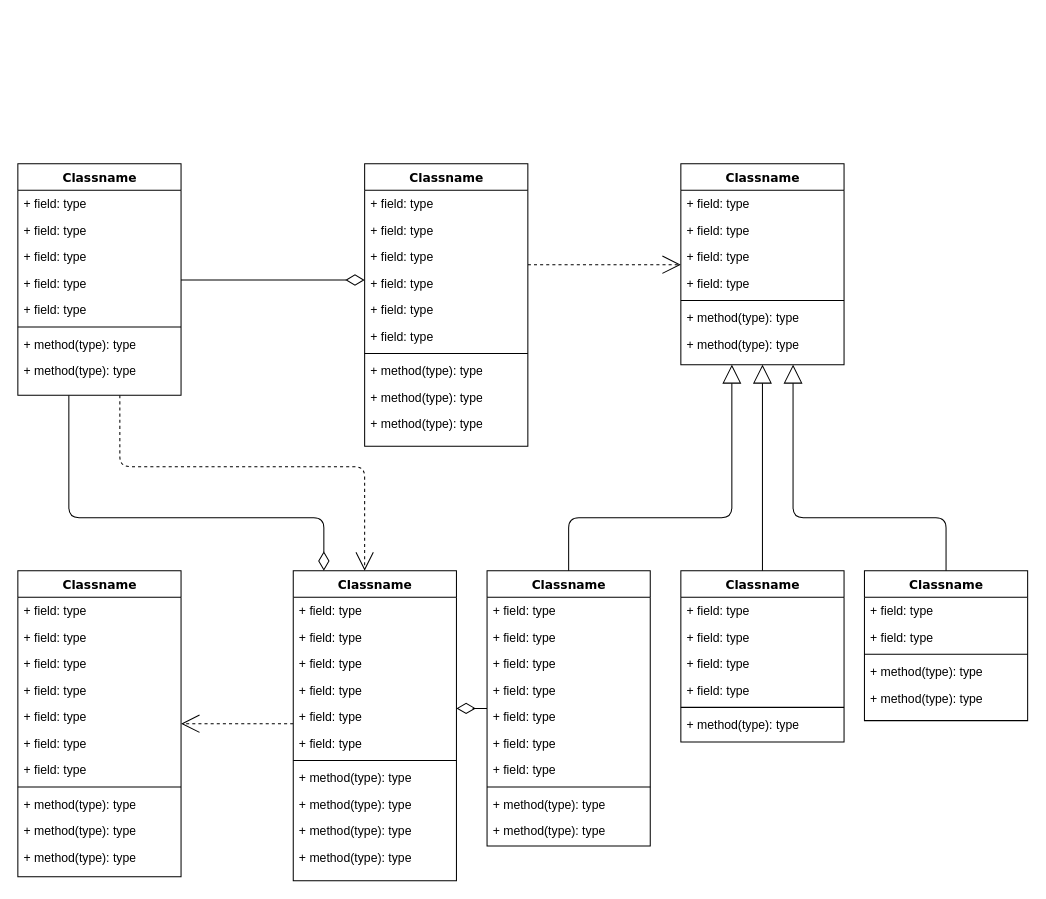
158698706/tt4a keeps this draw.io diagram as 系统功能流程图/保活数据结构.drawio. Above is the earlier version. Source tidied: cells renumbered, new cells numbered last; positions are measured from the earlier drawing's top-left corner, leaving out a move shared by most shapes. Both pictures are drawn from the tidied source at 102%, with x=0, y=0 at pixel (17, 163).
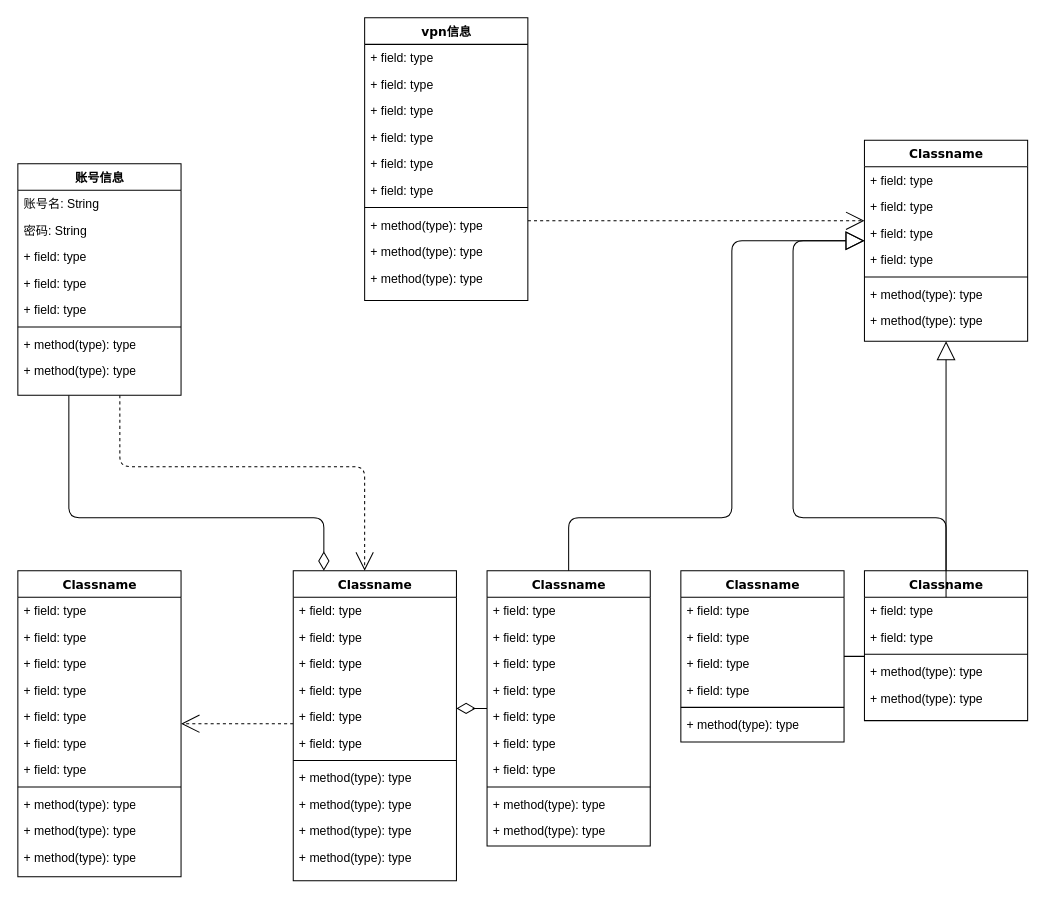
The same page after the edit.

Commit message:
更新保活数据结构.drawio

Change to the diagram source:
```diff
@@
-    <mxCell id="4" value="Classname" style="swimlane;html=1;fontStyle=1;align=center;verticalAlign=top;horizontal=1;startSize=26;swimlaneFillColor=#ffffff;rounded=0;shadow=0;comic=0;labelBackgroundColor=none;strokeWidth=1;fillColor=none;fontFamily=Verdana;fontSize=12;" parent="1" vertex="1">
+    <mxCell id="4" value="账号信息" style="swimlane;html=1;fontStyle=1;align=center;verticalAlign=top;horizontal=1;startSize=26;swimlaneFillColor=#ffffff;rounded=0;shadow=0;comic=0;labelBackgroundColor=none;strokeWidth=1;fillColor=none;fontFamily=Verdana;fontSize=12;" parent="1" vertex="1">
       <mxGeometry width="160" height="227" as="geometry" />
     </mxCell>
-    <mxCell id="5" value="+ field: type" style="text;html=1;strokeColor=none;fillColor=none;align=left;verticalAlign=top;spacingLeft=4;spacingRight=4;whiteSpace=wrap;overflow=hidden;" parent="4" vertex="1">
+    <mxCell id="5" value="账号名: String" style="text;html=1;strokeColor=none;fillColor=none;align=left;verticalAlign=top;spacingLeft=4;spacingRight=4;whiteSpace=wrap;overflow=hidden;" parent="4" vertex="1">
       <mxGeometry y="26" width="160" height="26" as="geometry" />
     </mxCell>
-    <mxCell id="6" value="+ field: type" style="text;html=1;strokeColor=none;fillColor=none;align=left;verticalAlign=top;spacingLeft=4;spacingRight=4;whiteSpace=wrap;overflow=hidden;" parent="4" vertex="1">
+    <mxCell id="6" value="密码: String" style="text;html=1;strokeColor=none;fillColor=none;align=left;verticalAlign=top;spacingLeft=4;spacingRight=4;whiteSpace=wrap;overflow=hidden;" parent="4" vertex="1">
       <mxGeometry y="52" width="160" height="26" as="geometry" />
     </mxCell>
@@
-    <mxCell id="14" value="Classname" style="swimlane;html=1;fontStyle=1;align=center;verticalAlign=top;horizontal=1;startSize=26;swimlaneFillColor=#ffffff;rounded=0;shadow=0;comic=0;labelBackgroundColor=none;strokeWidth=1;fillColor=none;fontFamily=Verdana;fontSize=12;" parent="1" vertex="1">
-      <mxGeometry x="340" width="160" height="277" as="geometry" />
+    <mxCell id="14" value="vpn信息" style="swimlane;html=1;fontStyle=1;align=center;verticalAlign=top;horizontal=1;startSize=26;swimlaneFillColor=#ffffff;rounded=0;shadow=0;comic=0;labelBackgroundColor=none;strokeWidth=1;fillColor=none;fontFamily=Verdana;fontSize=12;" parent="1" vertex="1">
+      <mxGeometry x="340" y="-143" width="160" height="277" as="geometry" />
     </mxCell>
@@
     <mxCell id="25" value="Classname" style="swimlane;html=1;fontStyle=1;align=center;verticalAlign=top;horizontal=1;startSize=26;swimlaneFillColor=#ffffff;rounded=0;shadow=0;comic=0;labelBackgroundColor=none;strokeWidth=1;fillColor=none;fontFamily=Verdana;fontSize=12;" parent="1" vertex="1">
-      <mxGeometry x="650" width="160" height="197" as="geometry" />
+      <mxGeometry x="830" y="-23" width="160" height="197" as="geometry" />
     </mxCell>
@@
-    <mxCell id="86" style="edgeStyle=elbowEdgeStyle;html=1;labelBackgroundColor=none;startFill=0;startSize=8;endArrow=diamondThin;endFill=0;endSize=16;fontFamily=Verdana;fontSize=12;elbow=vertical;" parent="1" edge="1" source="4" target="14">
-      <mxGeometry relative="1" as="geometry" />
-    </mxCell>
```
